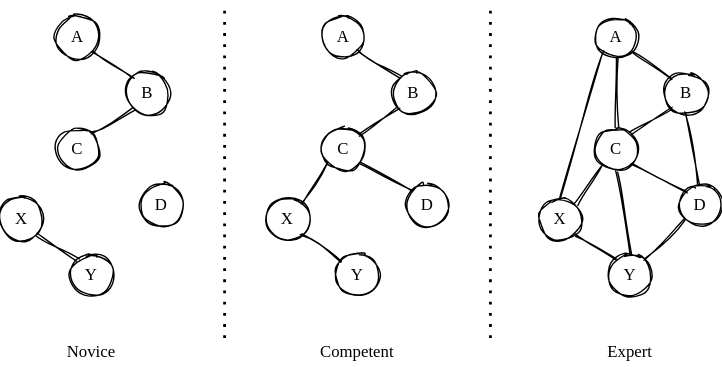
Earlier version of the draw.io export src/learners/learners-models.svg (gvwilson/btt). Source tidied: cells renumbered, new cells last; positions are measured from the earlier drawing's top-left corner, leaving out a move shared by most shapes.
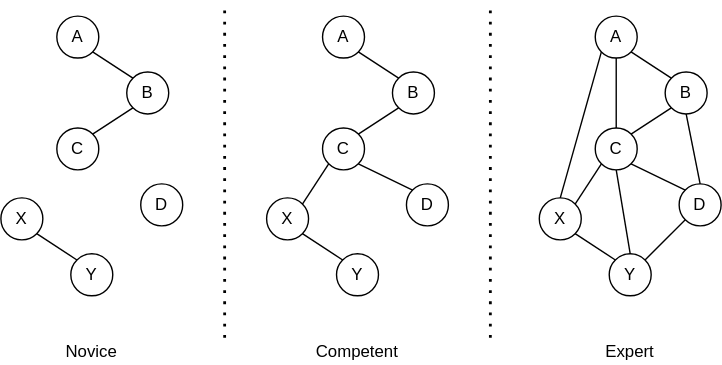
The same file after the commit.

Diff of the diagram source:
```diff
@@ -2,130 +2,130 @@
   <root>
     <mxCell id="0" />
     <mxCell id="1" parent="0" />
-    <mxCell id="2" value="A" style="ellipse;whiteSpace=wrap;html=1;sketch=1;fillColor=none;fontFamily=Comic Sans MS;" parent="1" vertex="1">
+    <mxCell id="2" value="A" style="ellipse;whiteSpace=wrap;html=1;fillColor=none;fontFamily=Helvetica;" parent="1" vertex="1">
       <mxGeometry x="40" y="10" width="30" height="30" as="geometry" />
     </mxCell>
-    <mxCell id="3" value="B" style="ellipse;whiteSpace=wrap;html=1;sketch=1;fillColor=none;fontFamily=Comic Sans MS;" parent="1" vertex="1">
+    <mxCell id="3" value="B" style="ellipse;whiteSpace=wrap;html=1;fillColor=none;fontFamily=Helvetica;" parent="1" vertex="1">
       <mxGeometry x="90" y="50" width="30" height="30" as="geometry" />
     </mxCell>
-    <mxCell id="4" value="C" style="ellipse;whiteSpace=wrap;html=1;sketch=1;fillColor=none;fontFamily=Comic Sans MS;" parent="1" vertex="1">
+    <mxCell id="4" value="C" style="ellipse;whiteSpace=wrap;html=1;fillColor=none;fontFamily=Helvetica;" parent="1" vertex="1">
       <mxGeometry x="40" y="90" width="30" height="30" as="geometry" />
     </mxCell>
-    <mxCell id="5" value="D" style="ellipse;whiteSpace=wrap;html=1;sketch=1;fillColor=none;fontFamily=Comic Sans MS;" parent="1" vertex="1">
+    <mxCell id="5" value="D" style="ellipse;whiteSpace=wrap;html=1;fillColor=none;fontFamily=Helvetica;" parent="1" vertex="1">
       <mxGeometry x="100" y="130" width="30" height="30" as="geometry" />
     </mxCell>
-    <mxCell id="6" value="X" style="ellipse;whiteSpace=wrap;html=1;sketch=1;fillColor=none;fontFamily=Comic Sans MS;" parent="1" vertex="1">
+    <mxCell id="6" value="X" style="ellipse;whiteSpace=wrap;html=1;fillColor=none;fontFamily=Helvetica;" parent="1" vertex="1">
       <mxGeometry y="140" width="30" height="30" as="geometry" />
     </mxCell>
-    <mxCell id="7" value="Y" style="ellipse;whiteSpace=wrap;html=1;sketch=1;fillColor=none;fontFamily=Comic Sans MS;" parent="1" vertex="1">
+    <mxCell id="7" value="Y" style="ellipse;whiteSpace=wrap;html=1;fillColor=none;fontFamily=Helvetica;" parent="1" vertex="1">
       <mxGeometry x="50" y="180" width="30" height="30" as="geometry" />
     </mxCell>
-    <mxCell id="8" style="endArrow=none;html=1;fontFamily=Comic Sans MS;sketch=1;exitX=1;exitY=1;exitDx=0;exitDy=0;entryX=0;entryY=0;entryDx=0;entryDy=0;" parent="1" edge="1" source="2" target="3">
+    <mxCell id="8" style="endArrow=none;html=1;fontFamily=Helvetica;exitX=1;exitY=1;exitDx=0;exitDy=0;entryX=0;entryY=0;entryDx=0;entryDy=0;" parent="1" edge="1" source="2" target="3">
       <mxGeometry relative="1" as="geometry" />
     </mxCell>
-    <mxCell id="9" style="endArrow=none;html=1;fontFamily=Comic Sans MS;sketch=1;exitX=1;exitY=0;exitDx=0;exitDy=0;entryX=0;entryY=1;entryDx=0;entryDy=0;" parent="1" edge="1" source="4" target="3">
+    <mxCell id="9" style="endArrow=none;html=1;fontFamily=Helvetica;exitX=1;exitY=0;exitDx=0;exitDy=0;entryX=0;entryY=1;entryDx=0;entryDy=0;" parent="1" edge="1" source="4" target="3">
       <mxGeometry relative="1" as="geometry" />
     </mxCell>
-    <mxCell id="10" style="endArrow=none;html=1;fontFamily=Comic Sans MS;sketch=1;exitX=1;exitY=1;exitDx=0;exitDy=0;entryX=0;entryY=0;entryDx=0;entryDy=0;" parent="1" edge="1" source="6" target="7">
+    <mxCell id="10" style="endArrow=none;html=1;fontFamily=Helvetica;exitX=1;exitY=1;exitDx=0;exitDy=0;entryX=0;entryY=0;entryDx=0;entryDy=0;" parent="1" edge="1" source="6" target="7">
       <mxGeometry relative="1" as="geometry" />
     </mxCell>
-    <mxCell id="11" value="A" style="ellipse;whiteSpace=wrap;html=1;sketch=1;fillColor=none;fontFamily=Comic Sans MS;" parent="1" vertex="1">
+    <mxCell id="11" value="A" style="ellipse;whiteSpace=wrap;html=1;fillColor=none;fontFamily=Helvetica;" parent="1" vertex="1">
       <mxGeometry x="230" y="10" width="30" height="30" as="geometry" />
     </mxCell>
-    <mxCell id="12" value="B" style="ellipse;whiteSpace=wrap;html=1;sketch=1;fillColor=none;fontFamily=Comic Sans MS;" parent="1" vertex="1">
+    <mxCell id="12" value="B" style="ellipse;whiteSpace=wrap;html=1;fillColor=none;fontFamily=Helvetica;" parent="1" vertex="1">
       <mxGeometry x="280" y="50" width="30" height="30" as="geometry" />
     </mxCell>
-    <mxCell id="13" value="C" style="ellipse;whiteSpace=wrap;html=1;sketch=1;fillColor=none;fontFamily=Comic Sans MS;" parent="1" vertex="1">
+    <mxCell id="13" value="C" style="ellipse;whiteSpace=wrap;html=1;fillColor=none;fontFamily=Helvetica;" parent="1" vertex="1">
       <mxGeometry x="230" y="90" width="30" height="30" as="geometry" />
     </mxCell>
-    <mxCell id="14" value="D" style="ellipse;whiteSpace=wrap;html=1;sketch=1;fillColor=none;fontFamily=Comic Sans MS;" parent="1" vertex="1">
+    <mxCell id="14" value="D" style="ellipse;whiteSpace=wrap;html=1;fillColor=none;fontFamily=Helvetica;" parent="1" vertex="1">
       <mxGeometry x="290" y="130" width="30" height="30" as="geometry" />
     </mxCell>
-    <mxCell id="15" value="X" style="ellipse;whiteSpace=wrap;html=1;sketch=1;fillColor=none;fontFamily=Comic Sans MS;" parent="1" vertex="1">
+    <mxCell id="15" value="X" style="ellipse;whiteSpace=wrap;html=1;fillColor=none;fontFamily=Helvetica;" parent="1" vertex="1">
       <mxGeometry x="190" y="140" width="30" height="30" as="geometry" />
     </mxCell>
-    <mxCell id="16" value="Y" style="ellipse;whiteSpace=wrap;html=1;sketch=1;fillColor=none;fontFamily=Comic Sans MS;" parent="1" vertex="1">
+    <mxCell id="16" value="Y" style="ellipse;whiteSpace=wrap;html=1;fillColor=none;fontFamily=Helvetica;" parent="1" vertex="1">
       <mxGeometry x="240" y="180" width="30" height="30" as="geometry" />
     </mxCell>
-    <mxCell id="17" style="endArrow=none;html=1;fontFamily=Comic Sans MS;sketch=1;exitX=1;exitY=1;exitDx=0;exitDy=0;entryX=0;entryY=0;entryDx=0;entryDy=0;" parent="1" edge="1" source="11" target="12">
+    <mxCell id="17" style="endArrow=none;html=1;fontFamily=Helvetica;exitX=1;exitY=1;exitDx=0;exitDy=0;entryX=0;entryY=0;entryDx=0;entryDy=0;" parent="1" edge="1" source="11" target="12">
       <mxGeometry relative="1" as="geometry" />
     </mxCell>
-    <mxCell id="18" style="endArrow=none;html=1;fontFamily=Comic Sans MS;sketch=1;exitX=1;exitY=0;exitDx=0;exitDy=0;entryX=0;entryY=1;entryDx=0;entryDy=0;" parent="1" edge="1" source="13" target="12">
+    <mxCell id="18" style="endArrow=none;html=1;fontFamily=Helvetica;exitX=1;exitY=0;exitDx=0;exitDy=0;entryX=0;entryY=1;entryDx=0;entryDy=0;" parent="1" edge="1" source="13" target="12">
       <mxGeometry relative="1" as="geometry" />
     </mxCell>
-    <mxCell id="19" style="endArrow=none;html=1;fontFamily=Comic Sans MS;sketch=1;exitX=1;exitY=1;exitDx=0;exitDy=0;entryX=0;entryY=0;entryDx=0;entryDy=0;" parent="1" edge="1" source="15" target="16">
+    <mxCell id="19" style="endArrow=none;html=1;fontFamily=Helvetica;exitX=1;exitY=1;exitDx=0;exitDy=0;entryX=0;entryY=0;entryDx=0;entryDy=0;" parent="1" edge="1" source="15" target="16">
       <mxGeometry relative="1" as="geometry" />
     </mxCell>
-    <mxCell id="20" style="endArrow=none;html=1;fontFamily=Comic Sans MS;sketch=1;exitX=1;exitY=0;exitDx=0;exitDy=0;entryX=0;entryY=1;entryDx=0;entryDy=0;" parent="1" edge="1" source="15" target="13">
+    <mxCell id="20" style="endArrow=none;html=1;fontFamily=Helvetica;exitX=1;exitY=0;exitDx=0;exitDy=0;entryX=0;entryY=1;entryDx=0;entryDy=0;" parent="1" edge="1" source="15" target="13">
       <mxGeometry relative="1" as="geometry" />
     </mxCell>
-    <mxCell id="21" style="endArrow=none;html=1;fontFamily=Comic Sans MS;sketch=1;exitX=1;exitY=1;exitDx=0;exitDy=0;entryX=0;entryY=0;entryDx=0;entryDy=0;" parent="1" edge="1" source="13" target="14">
+    <mxCell id="21" style="endArrow=none;html=1;fontFamily=Helvetica;exitX=1;exitY=1;exitDx=0;exitDy=0;entryX=0;entryY=0;entryDx=0;entryDy=0;" parent="1" edge="1" source="13" target="14">
       <mxGeometry relative="1" as="geometry" />
     </mxCell>
-    <mxCell id="22" value="A" style="ellipse;whiteSpace=wrap;html=1;sketch=1;fillColor=none;fontFamily=Comic Sans MS;" parent="1" vertex="1">
+    <mxCell id="22" value="A" style="ellipse;whiteSpace=wrap;html=1;fillColor=none;fontFamily=Helvetica;" parent="1" vertex="1">
       <mxGeometry x="425" y="10" width="30" height="30" as="geometry" />
     </mxCell>
-    <mxCell id="23" value="B" style="ellipse;whiteSpace=wrap;html=1;sketch=1;fillColor=none;fontFamily=Comic Sans MS;" parent="1" vertex="1">
+    <mxCell id="23" value="B" style="ellipse;whiteSpace=wrap;html=1;fillColor=none;fontFamily=Helvetica;" parent="1" vertex="1">
       <mxGeometry x="475" y="50" width="30" height="30" as="geometry" />
     </mxCell>
-    <mxCell id="24" value="C" style="ellipse;whiteSpace=wrap;html=1;sketch=1;fillColor=none;fontFamily=Comic Sans MS;" parent="1" vertex="1">
+    <mxCell id="24" value="C" style="ellipse;whiteSpace=wrap;html=1;fillColor=none;fontFamily=Helvetica;" parent="1" vertex="1">
       <mxGeometry x="425" y="90" width="30" height="30" as="geometry" />
     </mxCell>
-    <mxCell id="25" value="D" style="ellipse;whiteSpace=wrap;html=1;sketch=1;fillColor=none;fontFamily=Comic Sans MS;" parent="1" vertex="1">
+    <mxCell id="25" value="D" style="ellipse;whiteSpace=wrap;html=1;fillColor=none;fontFamily=Helvetica;" parent="1" vertex="1">
       <mxGeometry x="485" y="130" width="30" height="30" as="geometry" />
     </mxCell>
-    <mxCell id="26" value="X" style="ellipse;whiteSpace=wrap;html=1;sketch=1;fillColor=none;fontFamily=Comic Sans MS;" parent="1" vertex="1">
+    <mxCell id="26" value="X" style="ellipse;whiteSpace=wrap;html=1;fillColor=none;fontFamily=Helvetica;" parent="1" vertex="1">
       <mxGeometry x="385" y="140" width="30" height="30" as="geometry" />
     </mxCell>
-    <mxCell id="27" value="Y" style="ellipse;whiteSpace=wrap;html=1;sketch=1;fillColor=none;fontFamily=Comic Sans MS;" parent="1" vertex="1">
+    <mxCell id="27" value="Y" style="ellipse;whiteSpace=wrap;html=1;fillColor=none;fontFamily=Helvetica;" parent="1" vertex="1">
       <mxGeometry x="435" y="180" width="30" height="30" as="geometry" />
     </mxCell>
-    <mxCell id="28" style="endArrow=none;html=1;fontFamily=Comic Sans MS;sketch=1;exitX=1;exitY=1;exitDx=0;exitDy=0;entryX=0;entryY=0;entryDx=0;entryDy=0;" parent="1" edge="1" source="22" target="23">
+    <mxCell id="28" style="endArrow=none;html=1;fontFamily=Helvetica;exitX=1;exitY=1;exitDx=0;exitDy=0;entryX=0;entryY=0;entryDx=0;entryDy=0;" parent="1" edge="1" source="22" target="23">
       <mxGeometry relative="1" as="geometry" />
     </mxCell>
-    <mxCell id="29" style="endArrow=none;html=1;fontFamily=Comic Sans MS;sketch=1;exitX=1;exitY=0;exitDx=0;exitDy=0;entryX=0;entryY=1;entryDx=0;entryDy=0;" parent="1" edge="1" source="24" target="23">
+    <mxCell id="29" style="endArrow=none;html=1;fontFamily=Helvetica;exitX=1;exitY=0;exitDx=0;exitDy=0;entryX=0;entryY=1;entryDx=0;entryDy=0;" parent="1" edge="1" source="24" target="23">
       <mxGeometry relative="1" as="geometry" />
     </mxCell>
-    <mxCell id="30" style="endArrow=none;html=1;fontFamily=Comic Sans MS;sketch=1;exitX=1;exitY=1;exitDx=0;exitDy=0;entryX=0;entryY=0;entryDx=0;entryDy=0;" parent="1" edge="1" source="26" target="27">
+    <mxCell id="30" style="endArrow=none;html=1;fontFamily=Helvetica;exitX=1;exitY=1;exitDx=0;exitDy=0;entryX=0;entryY=0;entryDx=0;entryDy=0;" parent="1" edge="1" source="26" target="27">
       <mxGeometry relative="1" as="geometry" />
     </mxCell>
-    <mxCell id="31" style="endArrow=none;html=1;fontFamily=Comic Sans MS;sketch=1;exitX=1;exitY=0;exitDx=0;exitDy=0;entryX=0;entryY=1;entryDx=0;entryDy=0;" parent="1" edge="1" source="26" target="24">
+    <mxCell id="31" style="endArrow=none;html=1;fontFamily=Helvetica;exitX=1;exitY=0;exitDx=0;exitDy=0;entryX=0;entryY=1;entryDx=0;entryDy=0;" parent="1" edge="1" source="26" target="24">
       <mxGeometry relative="1" as="geometry" />
     </mxCell>
-    <mxCell id="32" style="endArrow=none;html=1;fontFamily=Comic Sans MS;sketch=1;exitX=1;exitY=1;exitDx=0;exitDy=0;entryX=0;entryY=0;entryDx=0;entryDy=0;" parent="1" edge="1" source="24" target="25">
+    <mxCell id="32" style="endArrow=none;html=1;fontFamily=Helvetica;exitX=1;exitY=1;exitDx=0;exitDy=0;entryX=0;entryY=0;entryDx=0;entryDy=0;" parent="1" edge="1" source="24" target="25">
       <mxGeometry relative="1" as="geometry" />
     </mxCell>
-    <mxCell id="33" style="endArrow=none;html=1;fontFamily=Comic Sans MS;sketch=1;exitX=0.5;exitY=1;exitDx=0;exitDy=0;entryX=0.5;entryY=0;entryDx=0;entryDy=0;" parent="1" edge="1" source="22" target="24">
+    <mxCell id="33" style="endArrow=none;html=1;fontFamily=Helvetica;exitX=0.5;exitY=1;exitDx=0;exitDy=0;entryX=0.5;entryY=0;entryDx=0;entryDy=0;" parent="1" edge="1" source="22" target="24">
       <mxGeometry relative="1" as="geometry" />
     </mxCell>
-    <mxCell id="34" style="endArrow=none;html=1;fontFamily=Comic Sans MS;sketch=1;exitX=0.5;exitY=1;exitDx=0;exitDy=0;entryX=0.5;entryY=0;entryDx=0;entryDy=0;" parent="1" edge="1" source="23" target="25">
+    <mxCell id="34" style="endArrow=none;html=1;fontFamily=Helvetica;exitX=0.5;exitY=1;exitDx=0;exitDy=0;entryX=0.5;entryY=0;entryDx=0;entryDy=0;" parent="1" edge="1" source="23" target="25">
       <mxGeometry relative="1" as="geometry" />
     </mxCell>
-    <mxCell id="35" style="endArrow=none;html=1;fontFamily=Comic Sans MS;sketch=1;exitX=0;exitY=1;exitDx=0;exitDy=0;entryX=1;entryY=0;entryDx=0;entryDy=0;" parent="1" edge="1" source="25" target="27">
+    <mxCell id="35" style="endArrow=none;html=1;fontFamily=Helvetica;exitX=0;exitY=1;exitDx=0;exitDy=0;entryX=1;entryY=0;entryDx=0;entryDy=0;" parent="1" edge="1" source="25" target="27">
       <mxGeometry relative="1" as="geometry" />
     </mxCell>
-    <mxCell id="36" style="endArrow=none;html=1;fontFamily=Comic Sans MS;sketch=1;exitX=0;exitY=1;exitDx=0;exitDy=0;entryX=0.5;entryY=0;entryDx=0;entryDy=0;" parent="1" edge="1" source="22" target="26">
+    <mxCell id="36" style="endArrow=none;html=1;fontFamily=Helvetica;exitX=0;exitY=1;exitDx=0;exitDy=0;entryX=0.5;entryY=0;entryDx=0;entryDy=0;" parent="1" edge="1" source="22" target="26">
       <mxGeometry relative="1" as="geometry" />
     </mxCell>
-    <mxCell id="37" style="endArrow=none;html=1;fontFamily=Comic Sans MS;sketch=1;exitX=0.5;exitY=1;exitDx=0;exitDy=0;entryX=0.5;entryY=0;entryDx=0;entryDy=0;" parent="1" edge="1" source="24" target="27">
+    <mxCell id="37" style="endArrow=none;html=1;fontFamily=Helvetica;exitX=0.5;exitY=1;exitDx=0;exitDy=0;entryX=0.5;entryY=0;entryDx=0;entryDy=0;" parent="1" edge="1" source="24" target="27">
       <mxGeometry relative="1" as="geometry" />
     </mxCell>
-    <mxCell id="38" value="Novice" style="text;html=1;strokeColor=none;fillColor=none;align=center;verticalAlign=middle;whiteSpace=wrap;rounded=0;sketch=1;fontFamily=Comic Sans MS;" parent="1" vertex="1">
+    <mxCell id="38" value="Novice" style="text;html=1;strokeColor=none;fillColor=none;align=center;verticalAlign=middle;whiteSpace=wrap;rounded=0;fontFamily=Helvetica;" parent="1" vertex="1">
       <mxGeometry y="240" width="130" height="20" as="geometry" />
     </mxCell>
-    <mxCell id="39" value="Competent" style="text;html=1;strokeColor=none;fillColor=none;align=center;verticalAlign=middle;whiteSpace=wrap;rounded=0;sketch=1;fontFamily=Comic Sans MS;" parent="1" vertex="1">
+    <mxCell id="39" value="Competent" style="text;html=1;strokeColor=none;fillColor=none;align=center;verticalAlign=middle;whiteSpace=wrap;rounded=0;fontFamily=Helvetica;" parent="1" vertex="1">
       <mxGeometry x="190" y="240" width="130" height="20" as="geometry" />
     </mxCell>
-    <mxCell id="40" value="Expert" style="text;html=1;strokeColor=none;fillColor=none;align=center;verticalAlign=middle;whiteSpace=wrap;rounded=0;sketch=1;fontFamily=Comic Sans MS;" parent="1" vertex="1">
+    <mxCell id="40" value="Expert" style="text;html=1;strokeColor=none;fillColor=none;align=center;verticalAlign=middle;whiteSpace=wrap;rounded=0;fontFamily=Helvetica;" parent="1" vertex="1">
       <mxGeometry x="385" y="240" width="130" height="20" as="geometry" />
     </mxCell>
-    <mxCell id="41" style="endArrow=none;dashed=1;html=1;dashPattern=1 3;strokeWidth=2;fontFamily=Comic Sans MS;" parent="1" edge="1">
+    <mxCell id="41" style="endArrow=none;dashed=1;html=1;dashPattern=1 3;strokeWidth=2;fontFamily=Helvetica;" parent="1" edge="1">
       <mxGeometry relative="1" as="geometry">
         <mxPoint x="160" y="240" as="sourcePoint" />
         <mxPoint x="160" as="targetPoint" />
       </mxGeometry>
     </mxCell>
-    <mxCell id="42" style="endArrow=none;dashed=1;html=1;dashPattern=1 3;strokeWidth=2;fontFamily=Comic Sans MS;" parent="1" edge="1">
+    <mxCell id="42" style="endArrow=none;dashed=1;html=1;dashPattern=1 3;strokeWidth=2;fontFamily=Helvetica;" parent="1" edge="1">
       <mxGeometry relative="1" as="geometry">
         <mxPoint x="350" y="240" as="sourcePoint" />
         <mxPoint x="350" as="targetPoint" />
```
